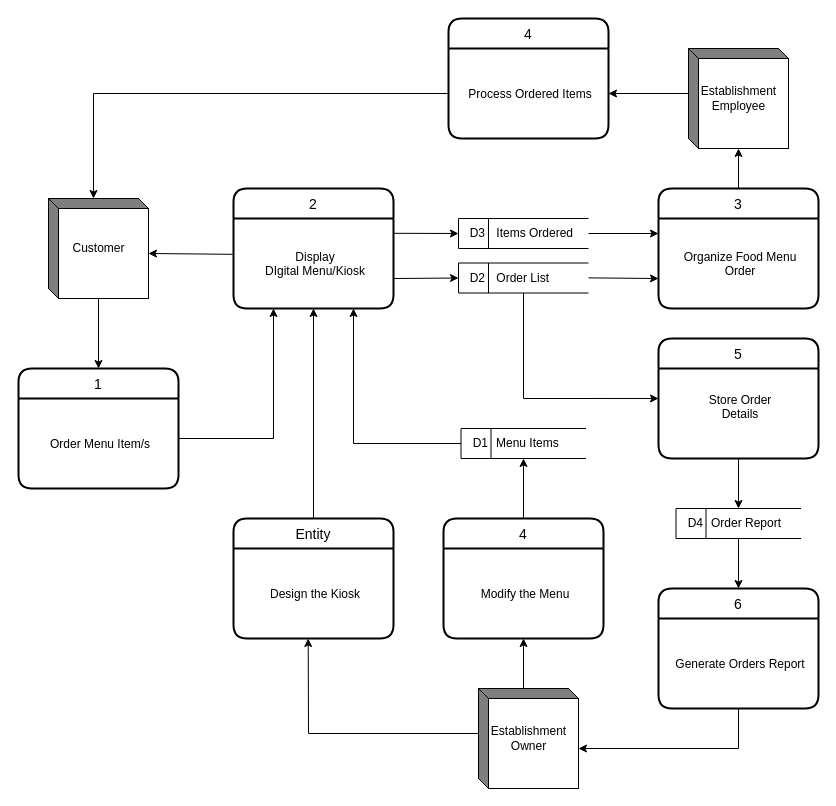
Above: DOCS/Diagrams/Data Flow Diagram 2.drawio in alexxGmZ/MenuMaApp (draw.io), before the change. Source tidied: cells renumbered, new cells numbered last; positions are measured from the earlier drawing's top-left corner, leaving out a move shared by most shapes. Both pictures are drawn from the tidied source at 100%, with x=0, y=0 at pixel (18, 18).
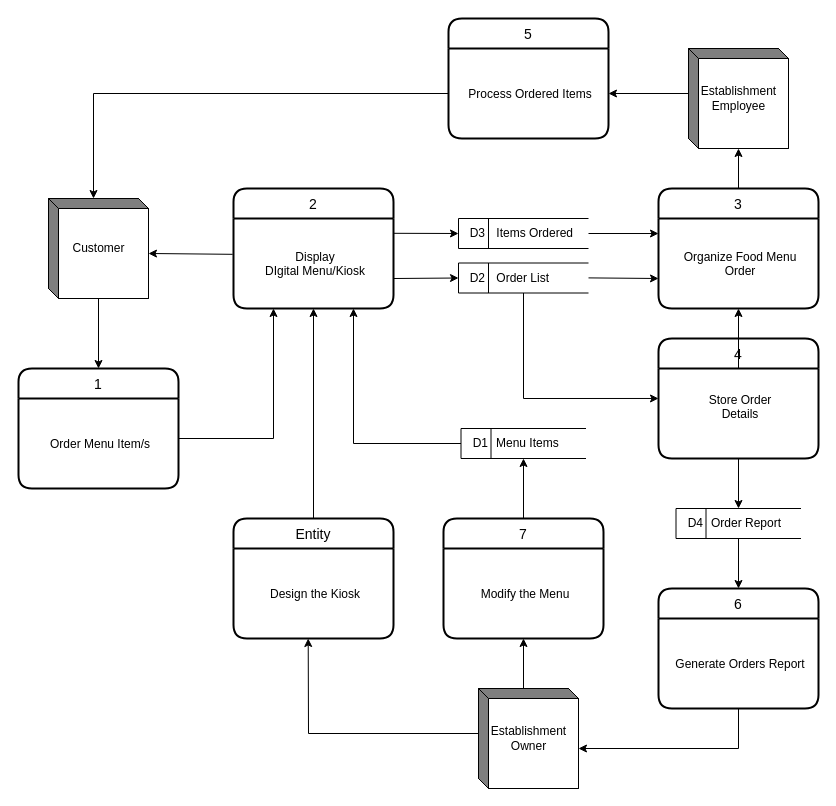
After the change.

Commit message:
diagrams(dfd): reorder process numbers

The change refers to these unchanged cells:
```xml
<mxCell id="15" value="Organize Food Menu&#10;Order" style="align=center;strokeColor=none;fillColor=none;spacingLeft=4;fontSize=12;verticalAlign=middle;" parent="14" vertex="1">
  <mxGeometry y="30" width="160" height="90" as="geometry" />
</mxCell>
<mxCell id="36" value="Store Order&#10;Details&#10;" style="align=center;strokeColor=none;fillColor=none;spacingLeft=4;fontSize=12;verticalAlign=middle;" parent="35" vertex="1">
  <mxGeometry y="30" width="160" height="90" as="geometry" />
</mxCell>
```

The edit, as a diff of the source:
```diff
@@
-    <mxCell id="19" value="4" style="swimlane;horizontal=1;startSize=30;rounded=1;fontSize=14;fontStyle=0;strokeWidth=2;shadow=0;dashed=0;align=center;" parent="1" vertex="1">
+    <mxCell id="19" value="5" style="swimlane;horizontal=1;startSize=30;rounded=1;fontSize=14;fontStyle=0;strokeWidth=2;shadow=0;dashed=0;align=center;" parent="1" vertex="1">
       <mxGeometry x="430" width="160" height="120" as="geometry" />
     </mxCell>
@@
-    <mxCell id="27" value="4" style="swimlane;horizontal=1;startSize=30;rounded=1;fontSize=14;fontStyle=0;strokeWidth=2;shadow=0;dashed=0;align=center;" parent="1" vertex="1">
+    <mxCell id="27" value="7" style="swimlane;horizontal=1;startSize=30;rounded=1;fontSize=14;fontStyle=0;strokeWidth=2;shadow=0;dashed=0;align=center;" parent="1" vertex="1">
       <mxGeometry x="425" y="500" width="160" height="120" as="geometry" />
     </mxCell>
@@
-    <mxCell id="35" value="5" style="swimlane;horizontal=1;startSize=30;rounded=1;fontSize=14;fontStyle=0;strokeWidth=2;shadow=0;dashed=0;align=center;" parent="1" vertex="1">
+    <mxCell id="35" value="4" style="swimlane;horizontal=1;startSize=30;rounded=1;fontSize=14;fontStyle=0;strokeWidth=2;shadow=0;dashed=0;align=center;" parent="1" vertex="1">
       <mxGeometry x="640" y="320" width="160" height="120" as="geometry" />
     </mxCell>
@@
+    <mxCell id="44" style="edgeStyle=none;rounded=0;html=1;" parent="1" edge="1" source="36" target="15">
+      <mxGeometry relative="1" as="geometry" />
+    </mxCell>
```
